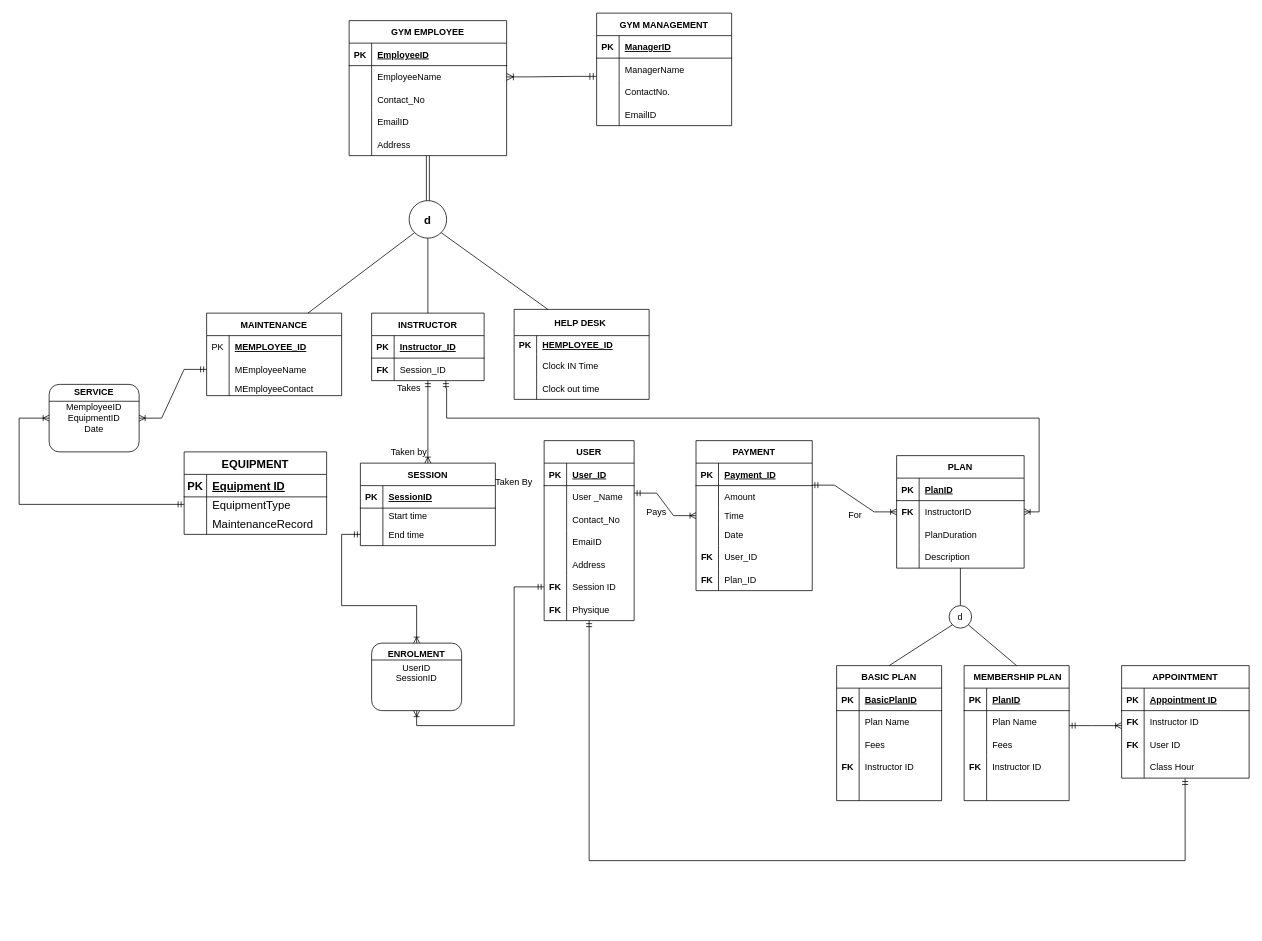
Above: Gym_Management_ERD.drawio in Tharunip/DAMG6210_PROJECT11 (draw.io), before the change. Source tidied: cells renumbered, new cells numbered last; positions are measured from the earlier drawing's top-left corner, leaving out a move shared by most shapes. Both pictures are drawn from the tidied source at 75%, with x=0, y=0 at pixel (19, 13).
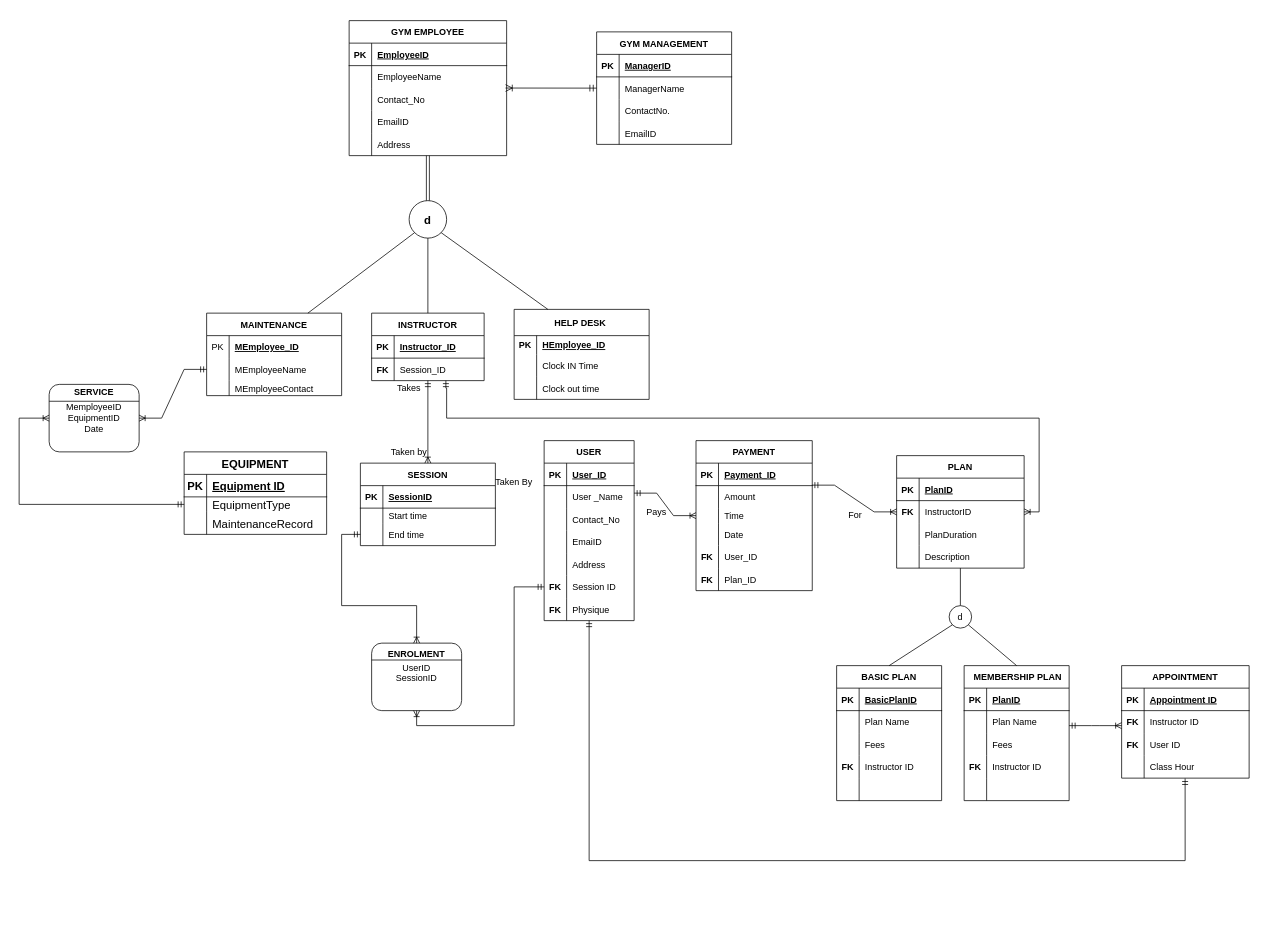
After the change.

Unchanged cells that the change refers to:
```xml
<mxCell id="6" style="shape=tableRow;horizontal=0;startSize=0;swimlaneHead=0;swimlaneBody=0;fillColor=none;points=[[0,0.5],[1,0.5]];portConstraint=eastwest;top=0;left=0;right=0;bottom=0;" parent="2" vertex="1">
  <mxGeometry y="60" width="210" height="30" as="geometry" />
</mxCell>
<mxCell id="9" style="shape=tableRow;horizontal=0;startSize=0;swimlaneHead=0;swimlaneBody=0;fillColor=none;points=[[0,0.5],[1,0.5]];portConstraint=eastwest;top=0;left=0;right=0;bottom=0;" parent="2" vertex="1">
  <mxGeometry y="90" width="210" height="30" as="geometry" />
</mxCell>
<mxCell id="95" style="shape=tableRow;horizontal=0;startSize=0;swimlaneHead=0;swimlaneBody=0;fillColor=none;points=[[0,0.5],[1,0.5]];portConstraint=eastwest;top=0;left=0;right=0;bottom=0;" parent="91" vertex="1">
  <mxGeometry y="60" width="180" height="30" as="geometry" />
</mxCell>
<mxCell id="110" style="shape=tableRow;horizontal=0;startSize=0;swimlaneHead=0;swimlaneBody=0;fillColor=none;top=0;left=0;right=0;bottom=0;fontStyle=1;" parent="109" vertex="1">
  <mxGeometry y="30" width="180" height="30" as="geometry" />
</mxCell>
<mxCell id="120" style="shape=tableRow;horizontal=0;startSize=0;swimlaneHead=0;swimlaneBody=0;fillColor=none;top=0;left=0;right=0;bottom=0;" parent="119" vertex="1">
  <mxGeometry y="35" width="180" height="25" as="geometry" />
</mxCell>
```

Diff of the diagram source:
```diff
@@
     <mxCell id="91" value="GYM MANAGEMENT" style="shape=table;startSize=30;childLayout=tableLayout;rowLines=0;fontStyle=1;align=center;" parent="1" vertex="1">
-      <mxGeometry x="770" width="180" height="150" as="geometry" />
+      <mxGeometry x="770" y="25" width="180" height="150" as="geometry" />
     </mxCell>
@@
-    <mxCell id="112" value="MEMPLOYEE_ID" style="shape=partialRectangle;fillColor=none;top=0;left=0;bottom=0;right=0;align=left;spacingLeft=6;overflow=hidden;fontStyle=5;" parent="110" vertex="1">
+    <mxCell id="112" value="MEmployee_ID" style="shape=partialRectangle;fillColor=none;top=0;left=0;bottom=0;right=0;align=left;spacingLeft=6;overflow=hidden;fontStyle=5;" parent="110" vertex="1">
       <mxGeometry x="30" width="150" height="30" as="geometry" />
     </mxCell>
@@
-    <mxCell id="122" value="HEMPLOYEE_ID" style="shape=partialRectangle;fillColor=none;top=0;left=0;bottom=0;right=0;align=left;spacingLeft=6;overflow=hidden;fontStyle=5;" parent="120" vertex="1">
+    <mxCell id="122" value="HEmployee_ID" style="shape=partialRectangle;fillColor=none;top=0;left=0;bottom=0;right=0;align=left;spacingLeft=6;overflow=hidden;fontStyle=5;" parent="120" vertex="1">
       <mxGeometry x="30" width="150" height="25" as="geometry" />
     </mxCell>
@@
-    <mxCell id="133" style="edgeStyle=entityRelationEdgeStyle;fontSize=12;html=1;endArrow=ERoneToMany;startArrow=ERmandOne;rounded=0;exitX=0;exitY=0.811;exitDx=0;exitDy=0;exitPerimeter=0;entryX=1;entryY=0.5;entryDx=0;entryDy=0;endSize=7;startSize=7;" parent="1" edge="1" source="95" target="6">
-      <mxGeometry relative="1" as="geometry" />
+    <mxCell id="133" style="fontSize=12;html=1;endArrow=ERoneToMany;startArrow=ERmandOne;rounded=0;entryX=0.993;entryY=-0.004;entryDx=0;entryDy=0;endSize=7;startSize=7;entryPerimeter=0;" parent="1" edge="1" target="9">
+      <mxGeometry relative="1" as="geometry">
+        <mxPoint x="770" y="100" as="sourcePoint" />
+      </mxGeometry>
     </mxCell>
```
